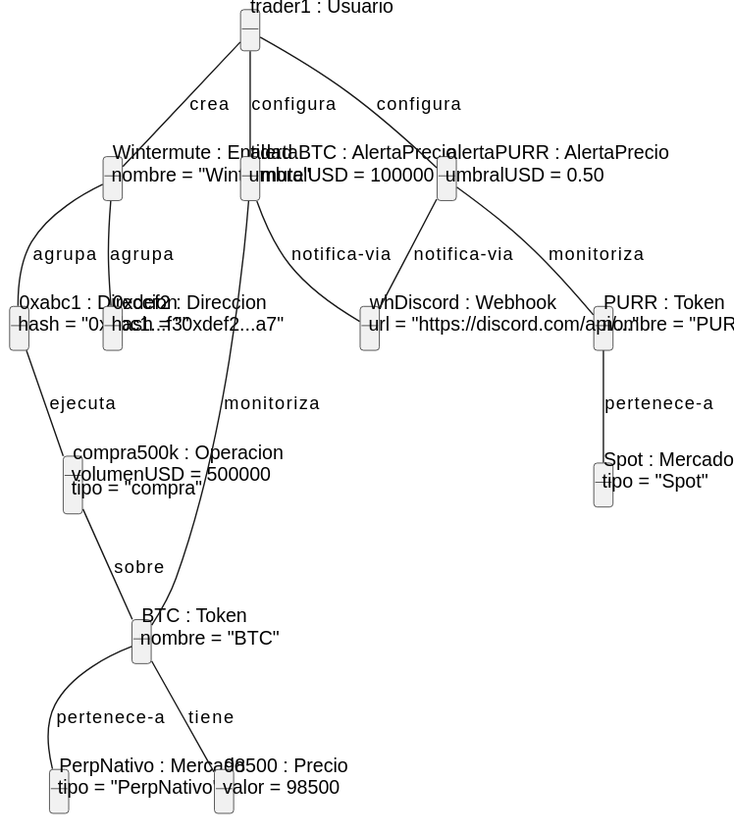
nekiiiiis/tfg keeps this PlantUML diagram as imagenes/capitulo2/diagramaObjetos.svg. Above is the earlier version.
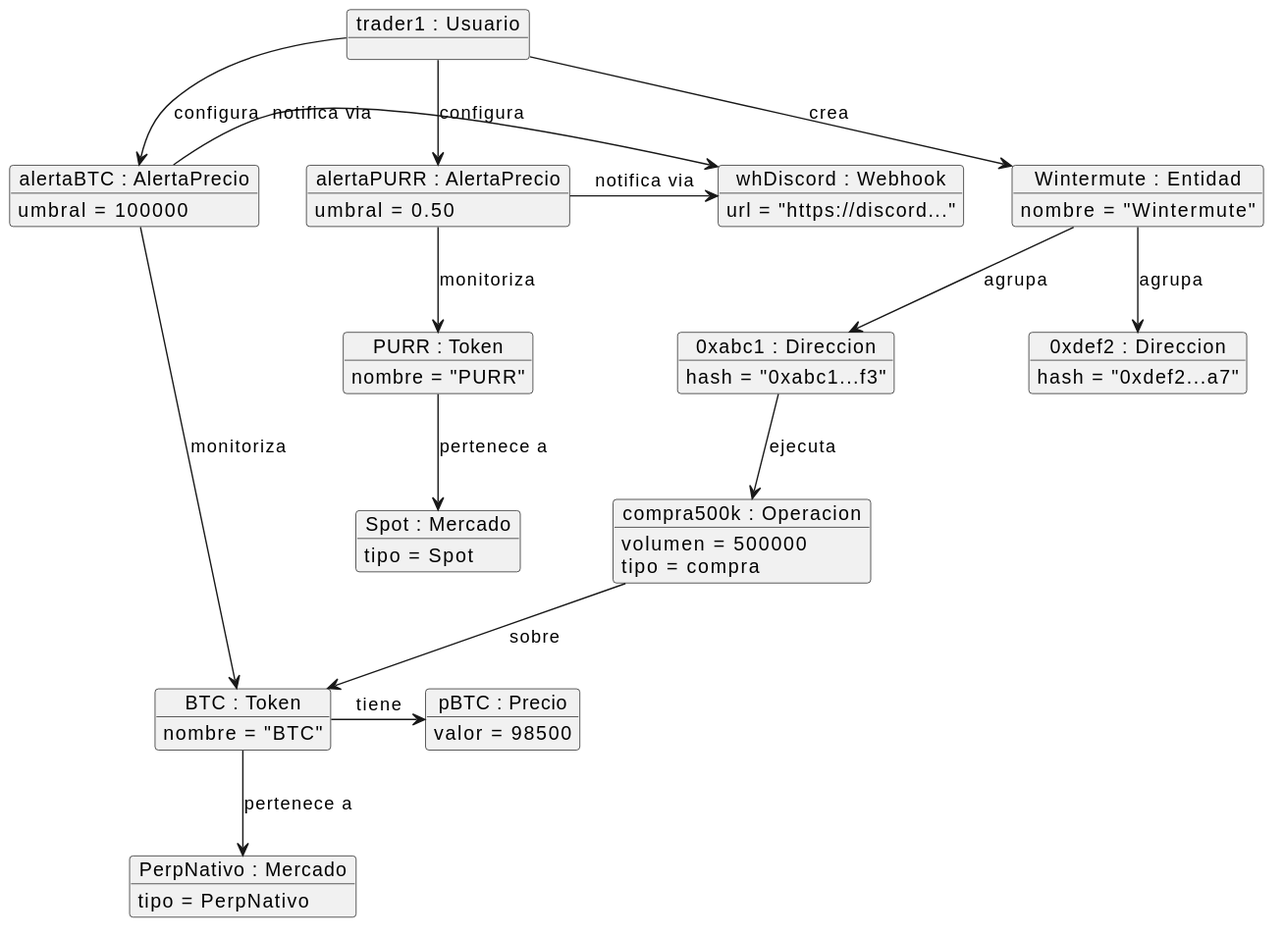
The same diagram one commit later.

Change to the diagram source:
```diff
@@ -21,7 +21,7 @@
 }
 
 object "PerpNativo : Mercado" as m1 {
-  tipo = "PerpNativo"
+  tipo = PerpNativo
 }
 
 object "PURR : Token" as t2 {
@@ -29,42 +29,42 @@
 }
 
 object "Spot : Mercado" as m2 {
-  tipo = "Spot"
+  tipo = Spot
 }
 
-object "98500 : Precio" as p1 {
+object "pBTC : Precio" as p1 {
   valor = 98500
 }
 
 object "compra500k : Operacion" as op1 {
-  volumenUSD = 500000
-  tipo = "compra"
+  volumen = 500000
+  tipo = compra
 }
 
 object "alertaBTC : AlertaPrecio" as a1 {
-  umbralUSD = 100000
+  umbral = 100000
 }
 
 object "alertaPURR : AlertaPrecio" as a2 {
-  umbralUSD = 0.50
+  umbral = 0.50
 }
 
 object "whDiscord : Webhook" as w1 {
-  url = "https://discord.com/api/..."
+  url = "https://discord..."
 }
 
-u1 -- e1 : crea
-u1 -- a1 : configura
-u1 -- a2 : configura
-e1 -- d1 : agrupa
-e1 -- d2 : agrupa
-d1 -- op1 : ejecuta
-op1 -- t1 : sobre
-t1 -- m1 : pertenece-a
-t1 -- p1 : tiene
-t2 -- m2 : pertenece-a
-a1 -- t1 : monitoriza
-a2 -- t2 : monitoriza
-a1 -- w1 : notifica-via
-a2 -- w1 : notifica-via
+u1 --> e1 : crea
+u1 -d-> a1 : configura
+u1 -d-> a2 : configura
+e1 --> d1 : agrupa
+e1 --> d2 : agrupa
+d1 --> op1 : ejecuta
+op1 --> t1 : sobre
+t1 --> m1 : pertenece a
+t1 -r-> p1 : tiene
+t2 --> m2 : pertenece a
+a1 --> t1 : monitoriza
+a2 --> t2 : monitoriza
+a1 -r-> w1 : notifica via
+a2 -r-> w1 : notifica via
 @enduml
```
